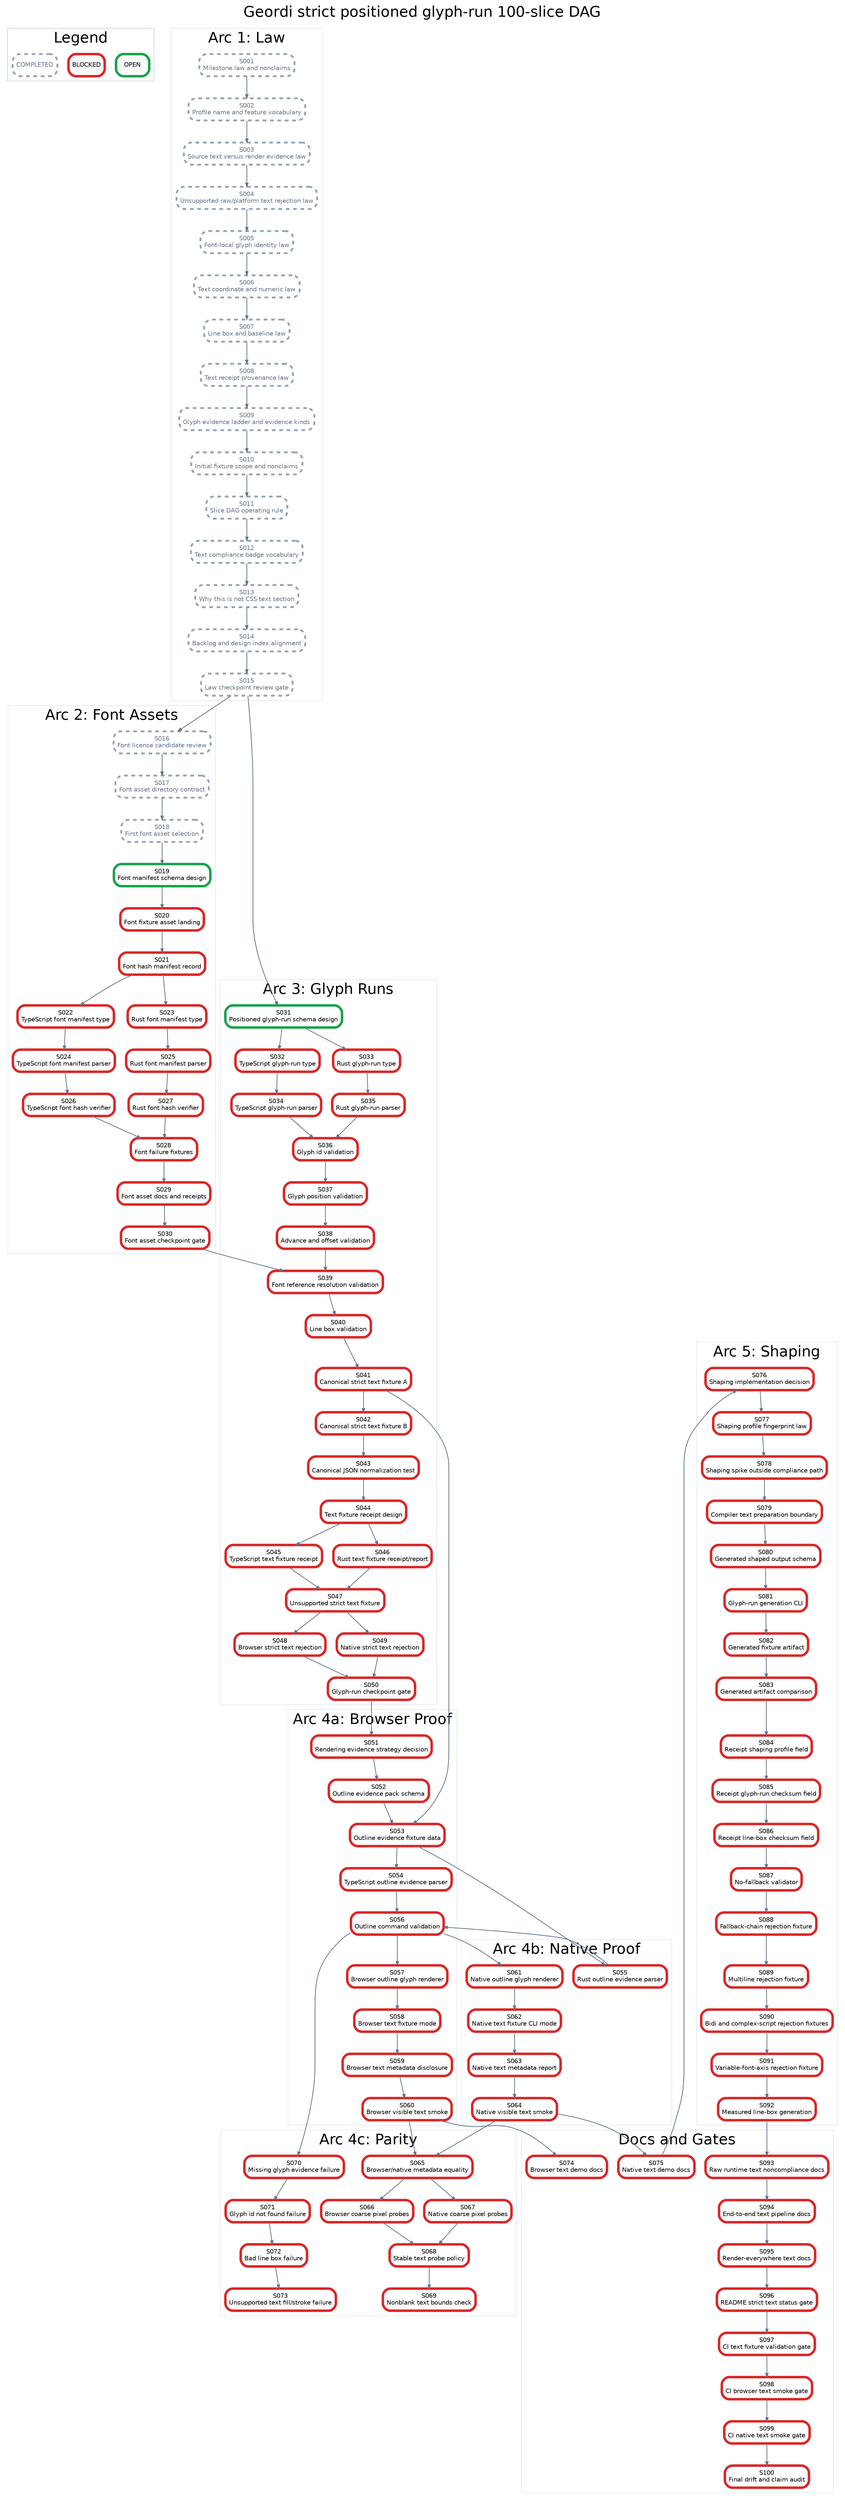
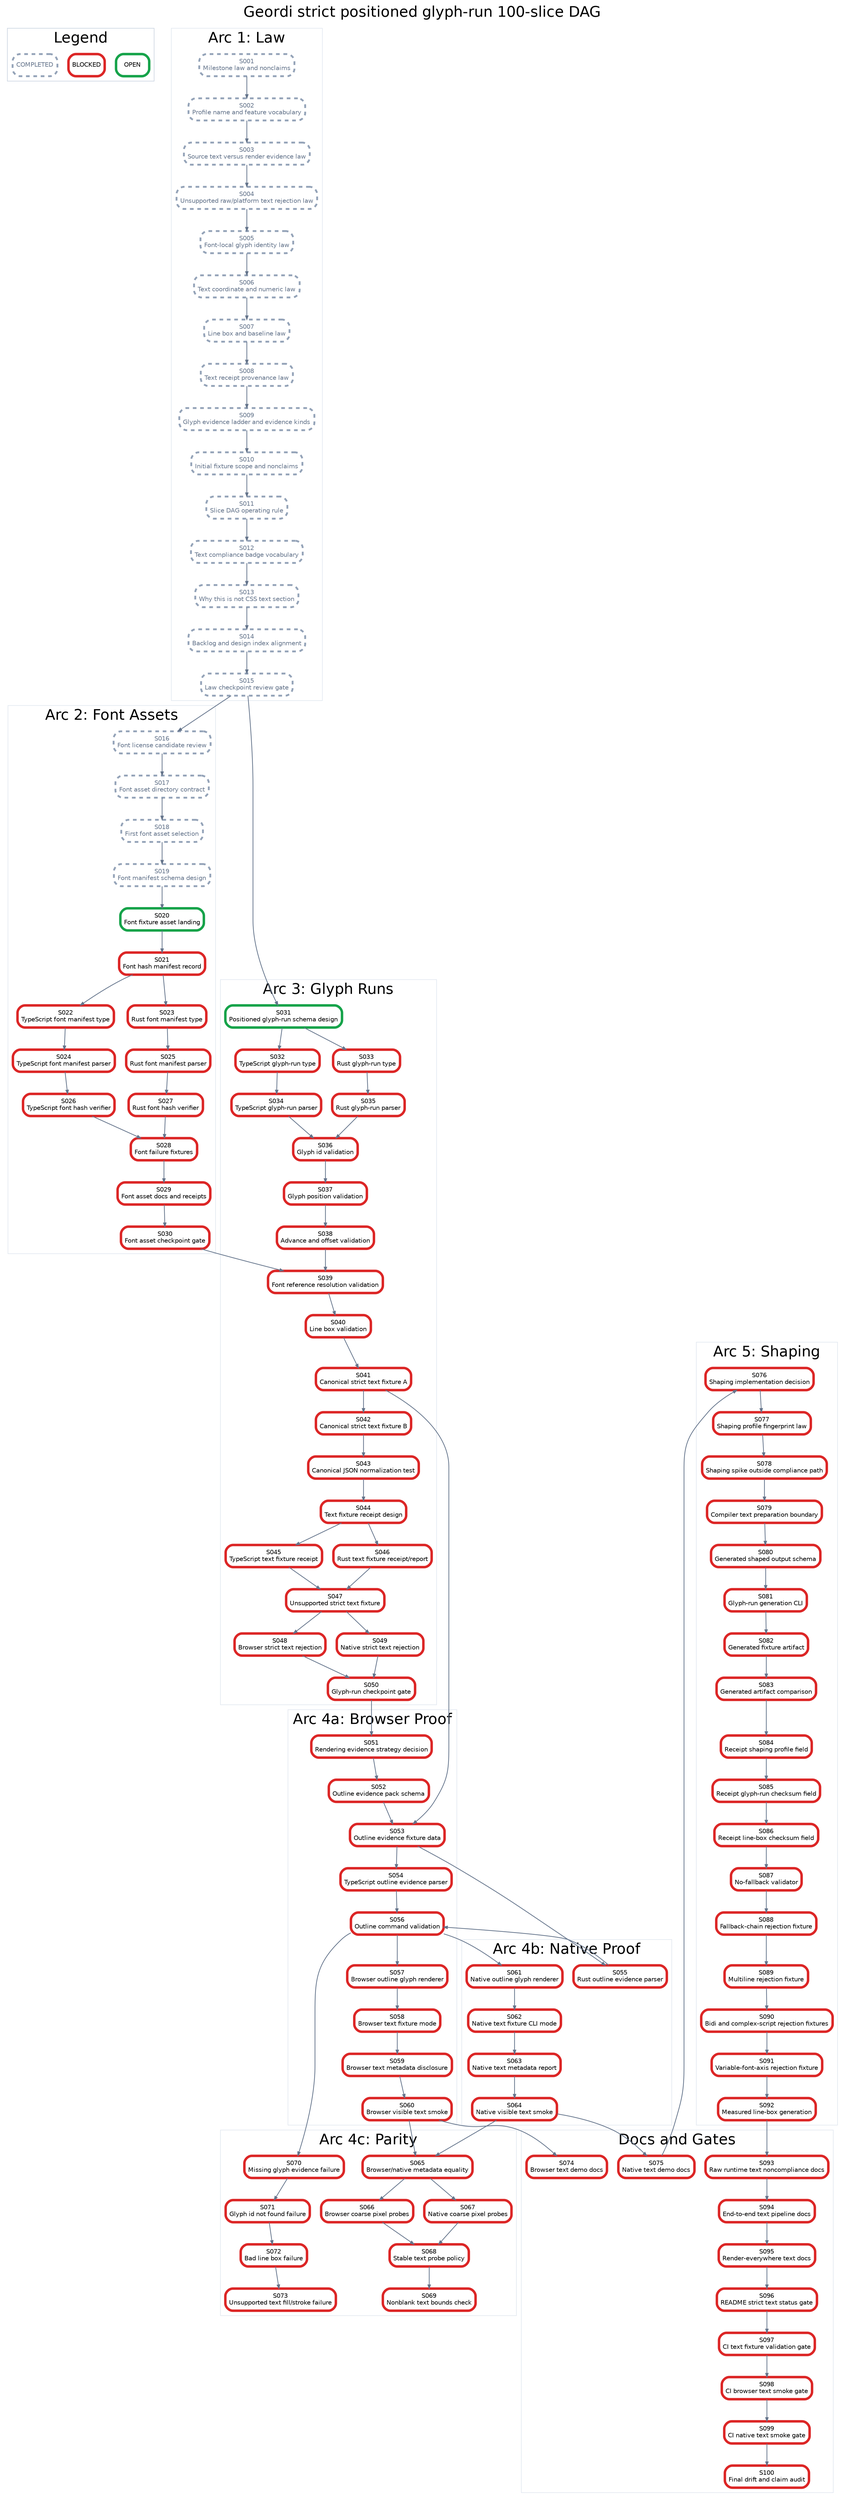
digraph StrictPositionedGlyphRunPlan {
  graph [rankdir=TB, bgcolor="white", fontname="Helvetica", label="Geordi strict positioned glyph-run 100-slice DAG", labelloc="t", fontsize=24];
  node [shape=box, style="rounded,filled", fillcolor="white", fontname="Helvetica", fontsize=10, margin="0.08,0.05"];
  edge [color="#64748b", arrowsize=0.6, penwidth=1.2];

  subgraph cluster_legend {
    label="Legend";
    color="#cbd5e1";
    legend_open [label="OPEN", color="#16a34a", penwidth=4];
    legend_blocked [label="BLOCKED", color="#dc2626", penwidth=4];
    legend_done [label="COMPLETED", color="#94a3b8", penwidth=3, style="rounded,filled,dashed", fontcolor="#64748b"];
  }

  subgraph cluster_law {
    label="Arc 1: Law";
    color="#e2e8f0";
    S001 [label="S001\nMilestone law and nonclaims", color="#94a3b8", penwidth=3, style="rounded,filled,dashed", fontcolor="#64748b"];
    S002 [label="S002\nProfile name and feature vocabulary", color="#94a3b8", penwidth=3, style="rounded,filled,dashed", fontcolor="#64748b"];
    S003 [label="S003\nSource text versus render evidence law", color="#94a3b8", penwidth=3, style="rounded,filled,dashed", fontcolor="#64748b"];
    S004 [label="S004\nUnsupported raw/platform text rejection law", color="#94a3b8", penwidth=3, style="rounded,filled,dashed", fontcolor="#64748b"];
    S005 [label="S005\nFont-local glyph identity law", color="#94a3b8", penwidth=3, style="rounded,filled,dashed", fontcolor="#64748b"];
    S006 [label="S006\nText coordinate and numeric law", color="#94a3b8", penwidth=3, style="rounded,filled,dashed", fontcolor="#64748b"];
    S007 [label="S007\nLine box and baseline law", color="#94a3b8", penwidth=3, style="rounded,filled,dashed", fontcolor="#64748b"];
    S008 [label="S008\nText receipt provenance law", color="#94a3b8", penwidth=3, style="rounded,filled,dashed", fontcolor="#64748b"];
    S009 [label="S009\nGlyph evidence ladder and evidence kinds", color="#94a3b8", penwidth=3, style="rounded,filled,dashed", fontcolor="#64748b"];
    S010 [label="S010\nInitial fixture scope and nonclaims", color="#94a3b8", penwidth=3, style="rounded,filled,dashed", fontcolor="#64748b"];
    S011 [label="S011\nSlice DAG operating rule", color="#94a3b8", penwidth=3, style="rounded,filled,dashed", fontcolor="#64748b"];
    S012 [label="S012\nText compliance badge vocabulary", color="#94a3b8", penwidth=3, style="rounded,filled,dashed", fontcolor="#64748b"];
    S013 [label="S013\nWhy this is not CSS text section", color="#94a3b8", penwidth=3, style="rounded,filled,dashed", fontcolor="#64748b"];
    S014 [label="S014\nBacklog and design index alignment", color="#94a3b8", penwidth=3, style="rounded,filled,dashed", fontcolor="#64748b"];
    S015 [label="S015\nLaw checkpoint review gate", color="#94a3b8", penwidth=3, style="rounded,filled,dashed", fontcolor="#64748b"];
  }

  subgraph cluster_assets {
    label="Arc 2: Font Assets";
    color="#e2e8f0";
    S016 [label="S016\nFont license candidate review", color="#94a3b8", penwidth=3, style="rounded,filled,dashed", fontcolor="#64748b"];
    S017 [label="S017\nFont asset directory contract", color="#94a3b8", penwidth=3, style="rounded,filled,dashed", fontcolor="#64748b"];
    S018 [label="S018\nFirst font asset selection", color="#94a3b8", penwidth=3, style="rounded,filled,dashed", fontcolor="#64748b"];
-     S019 [label="S019\nFont manifest schema design", color="#16a34a", penwidth=4];
-     S020 [label="S020\nFont fixture asset landing", color="#dc2626", penwidth=4];
+     S019 [label="S019\nFont manifest schema design", color="#94a3b8", penwidth=3, style="rounded,filled,dashed", fontcolor="#64748b"];
+     S020 [label="S020\nFont fixture asset landing", color="#16a34a", penwidth=4];
    S021 [label="S021\nFont hash manifest record", color="#dc2626", penwidth=4];
    S022 [label="S022\nTypeScript font manifest type", color="#dc2626", penwidth=4];
    S023 [label="S023\nRust font manifest type", color="#dc2626", penwidth=4];
    S024 [label="S024\nTypeScript font manifest parser", color="#dc2626", penwidth=4];
    S025 [label="S025\nRust font manifest parser", color="#dc2626", penwidth=4];
    S026 [label="S026\nTypeScript font hash verifier", color="#dc2626", penwidth=4];
    S027 [label="S027\nRust font hash verifier", color="#dc2626", penwidth=4];
    S028 [label="S028\nFont failure fixtures", color="#dc2626", penwidth=4];
    S029 [label="S029\nFont asset docs and receipts", color="#dc2626", penwidth=4];
    S030 [label="S030\nFont asset checkpoint gate", color="#dc2626", penwidth=4];
  }

  subgraph cluster_glyph {
    label="Arc 3: Glyph Runs";
    color="#e2e8f0";
    S031 [label="S031\nPositioned glyph-run schema design", color="#16a34a", penwidth=4];
    S032 [label="S032\nTypeScript glyph-run type", color="#dc2626", penwidth=4];
    S033 [label="S033\nRust glyph-run type", color="#dc2626", penwidth=4];
    S034 [label="S034\nTypeScript glyph-run parser", color="#dc2626", penwidth=4];
    S035 [label="S035\nRust glyph-run parser", color="#dc2626", penwidth=4];
    S036 [label="S036\nGlyph id validation", color="#dc2626", penwidth=4];
    S037 [label="S037\nGlyph position validation", color="#dc2626", penwidth=4];
    S038 [label="S038\nAdvance and offset validation", color="#dc2626", penwidth=4];
    S039 [label="S039\nFont reference resolution validation", color="#dc2626", penwidth=4];
    S040 [label="S040\nLine box validation", color="#dc2626", penwidth=4];
    S041 [label="S041\nCanonical strict text fixture A", color="#dc2626", penwidth=4];
    S042 [label="S042\nCanonical strict text fixture B", color="#dc2626", penwidth=4];
    S043 [label="S043\nCanonical JSON normalization test", color="#dc2626", penwidth=4];
    S044 [label="S044\nText fixture receipt design", color="#dc2626", penwidth=4];
    S045 [label="S045\nTypeScript text fixture receipt", color="#dc2626", penwidth=4];
    S046 [label="S046\nRust text fixture receipt/report", color="#dc2626", penwidth=4];
    S047 [label="S047\nUnsupported strict text fixture", color="#dc2626", penwidth=4];
    S048 [label="S048\nBrowser strict text rejection", color="#dc2626", penwidth=4];
    S049 [label="S049\nNative strict text rejection", color="#dc2626", penwidth=4];
    S050 [label="S050\nGlyph-run checkpoint gate", color="#dc2626", penwidth=4];
  }

  subgraph cluster_browser {
    label="Arc 4a: Browser Proof";
    color="#e2e8f0";
    S051 [label="S051\nRendering evidence strategy decision", color="#dc2626", penwidth=4];
    S052 [label="S052\nOutline evidence pack schema", color="#dc2626", penwidth=4];
    S053 [label="S053\nOutline evidence fixture data", color="#dc2626", penwidth=4];
    S054 [label="S054\nTypeScript outline evidence parser", color="#dc2626", penwidth=4];
    S056 [label="S056\nOutline command validation", color="#dc2626", penwidth=4];
    S057 [label="S057\nBrowser outline glyph renderer", color="#dc2626", penwidth=4];
    S058 [label="S058\nBrowser text fixture mode", color="#dc2626", penwidth=4];
    S059 [label="S059\nBrowser text metadata disclosure", color="#dc2626", penwidth=4];
    S060 [label="S060\nBrowser visible text smoke", color="#dc2626", penwidth=4];
  }

  subgraph cluster_native {
    label="Arc 4b: Native Proof";
    color="#e2e8f0";
    S055 [label="S055\nRust outline evidence parser", color="#dc2626", penwidth=4];
    S061 [label="S061\nNative outline glyph renderer", color="#dc2626", penwidth=4];
    S062 [label="S062\nNative text fixture CLI mode", color="#dc2626", penwidth=4];
    S063 [label="S063\nNative text metadata report", color="#dc2626", penwidth=4];
    S064 [label="S064\nNative visible text smoke", color="#dc2626", penwidth=4];
  }

  subgraph cluster_parity {
    label="Arc 4c: Parity";
    color="#e2e8f0";
    S065 [label="S065\nBrowser/native metadata equality", color="#dc2626", penwidth=4];
    S066 [label="S066\nBrowser coarse pixel probes", color="#dc2626", penwidth=4];
    S067 [label="S067\nNative coarse pixel probes", color="#dc2626", penwidth=4];
    S068 [label="S068\nStable text probe policy", color="#dc2626", penwidth=4];
    S069 [label="S069\nNonblank text bounds check", color="#dc2626", penwidth=4];
    S070 [label="S070\nMissing glyph evidence failure", color="#dc2626", penwidth=4];
    S071 [label="S071\nGlyph id not found failure", color="#dc2626", penwidth=4];
    S072 [label="S072\nBad line box failure", color="#dc2626", penwidth=4];
    S073 [label="S073\nUnsupported text fill/stroke failure", color="#dc2626", penwidth=4];
  }

  subgraph cluster_shaping {
    label="Arc 5: Shaping";
    color="#e2e8f0";
    S076 [label="S076\nShaping implementation decision", color="#dc2626", penwidth=4];
    S077 [label="S077\nShaping profile fingerprint law", color="#dc2626", penwidth=4];
    S078 [label="S078\nShaping spike outside compliance path", color="#dc2626", penwidth=4];
    S079 [label="S079\nCompiler text preparation boundary", color="#dc2626", penwidth=4];
    S080 [label="S080\nGenerated shaped output schema", color="#dc2626", penwidth=4];
    S081 [label="S081\nGlyph-run generation CLI", color="#dc2626", penwidth=4];
    S082 [label="S082\nGenerated fixture artifact", color="#dc2626", penwidth=4];
    S083 [label="S083\nGenerated artifact comparison", color="#dc2626", penwidth=4];
    S084 [label="S084\nReceipt shaping profile field", color="#dc2626", penwidth=4];
    S085 [label="S085\nReceipt glyph-run checksum field", color="#dc2626", penwidth=4];
    S086 [label="S086\nReceipt line-box checksum field", color="#dc2626", penwidth=4];
    S087 [label="S087\nNo-fallback validator", color="#dc2626", penwidth=4];
    S088 [label="S088\nFallback-chain rejection fixture", color="#dc2626", penwidth=4];
    S089 [label="S089\nMultiline rejection fixture", color="#dc2626", penwidth=4];
    S090 [label="S090\nBidi and complex-script rejection fixtures", color="#dc2626", penwidth=4];
    S091 [label="S091\nVariable-font-axis rejection fixture", color="#dc2626", penwidth=4];
    S092 [label="S092\nMeasured line-box generation", color="#dc2626", penwidth=4];
  }

  subgraph cluster_docs {
    label="Docs and Gates";
    color="#e2e8f0";
    S074 [label="S074\nBrowser text demo docs", color="#dc2626", penwidth=4];
    S075 [label="S075\nNative text demo docs", color="#dc2626", penwidth=4];
    S093 [label="S093\nRaw runtime text noncompliance docs", color="#dc2626", penwidth=4];
    S094 [label="S094\nEnd-to-end text pipeline docs", color="#dc2626", penwidth=4];
    S095 [label="S095\nRender-everywhere text docs", color="#dc2626", penwidth=4];
    S096 [label="S096\nREADME strict text status gate", color="#dc2626", penwidth=4];
    S097 [label="S097\nCI text fixture validation gate", color="#dc2626", penwidth=4];
    S098 [label="S098\nCI browser text smoke gate", color="#dc2626", penwidth=4];
    S099 [label="S099\nCI native text smoke gate", color="#dc2626", penwidth=4];
    S100 [label="S100\nFinal drift and claim audit", color="#dc2626", penwidth=4];
  }

  S001 -> S002;
  S002 -> S003;
  S003 -> S004;
  S004 -> S005;
  S005 -> S006;
  S006 -> S007;
  S007 -> S008;
  S008 -> S009;
  S009 -> S010;
  S010 -> S011;
  S011 -> S012;
  S012 -> S013;
  S013 -> S014;
  S014 -> S015;
  S015 -> S016;
  S016 -> S017;
  S017 -> S018;
  S018 -> S019;
  S019 -> S020;
  S020 -> S021;
  S021 -> S022;
  S021 -> S023;
  S022 -> S024;
  S023 -> S025;
  S024 -> S026;
  S025 -> S027;
  S026 -> S028;
  S027 -> S028;
  S028 -> S029;
  S029 -> S030;
  S015 -> S031;
  S031 -> S032;
  S031 -> S033;
  S032 -> S034;
  S033 -> S035;
  S034 -> S036;
  S035 -> S036;
  S036 -> S037;
  S037 -> S038;
  S038 -> S039;
  S039 -> S040;
  S030 -> S039;
  S040 -> S041;
  S041 -> S042;
  S042 -> S043;
  S043 -> S044;
  S044 -> S045;
  S044 -> S046;
  S045 -> S047;
  S046 -> S047;
  S047 -> S048;
  S047 -> S049;
  S048 -> S050;
  S049 -> S050;
  S050 -> S051;
  S051 -> S052;
  S052 -> S053;
  S041 -> S053;
  S053 -> S054;
  S053 -> S055;
  S054 -> S056;
  S055 -> S056;
  S056 -> S057;
  S057 -> S058;
  S058 -> S059;
  S059 -> S060;
  S056 -> S061;
  S061 -> S062;
  S062 -> S063;
  S063 -> S064;
  S060 -> S065;
  S064 -> S065;
  S065 -> S066;
  S065 -> S067;
  S066 -> S068;
  S067 -> S068;
  S068 -> S069;
  S056 -> S070;
  S070 -> S071;
  S071 -> S072;
  S072 -> S073;
  S060 -> S074;
  S064 -> S075;
  S075 -> S076;
  S076 -> S077;
  S077 -> S078;
  S078 -> S079;
  S079 -> S080;
  S080 -> S081;
  S081 -> S082;
  S082 -> S083;
  S083 -> S084;
  S084 -> S085;
  S085 -> S086;
  S086 -> S087;
  S087 -> S088;
  S088 -> S089;
  S089 -> S090;
  S090 -> S091;
  S091 -> S092;
  S092 -> S093;
  S093 -> S094;
  S094 -> S095;
  S095 -> S096;
  S096 -> S097;
  S097 -> S098;
  S098 -> S099;
  S099 -> S100;
}
